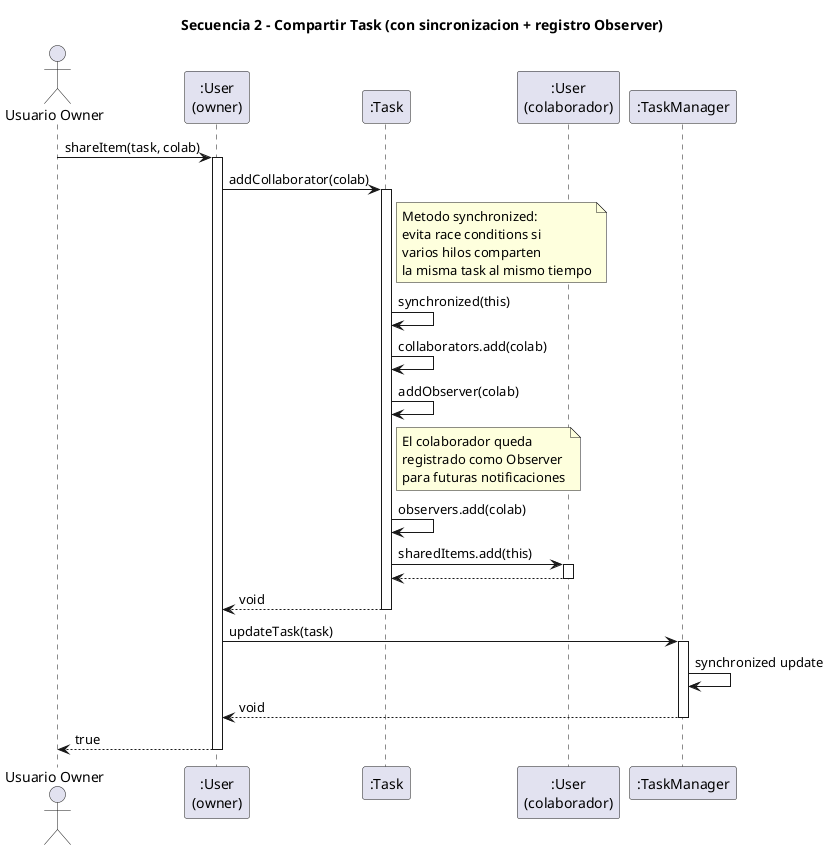
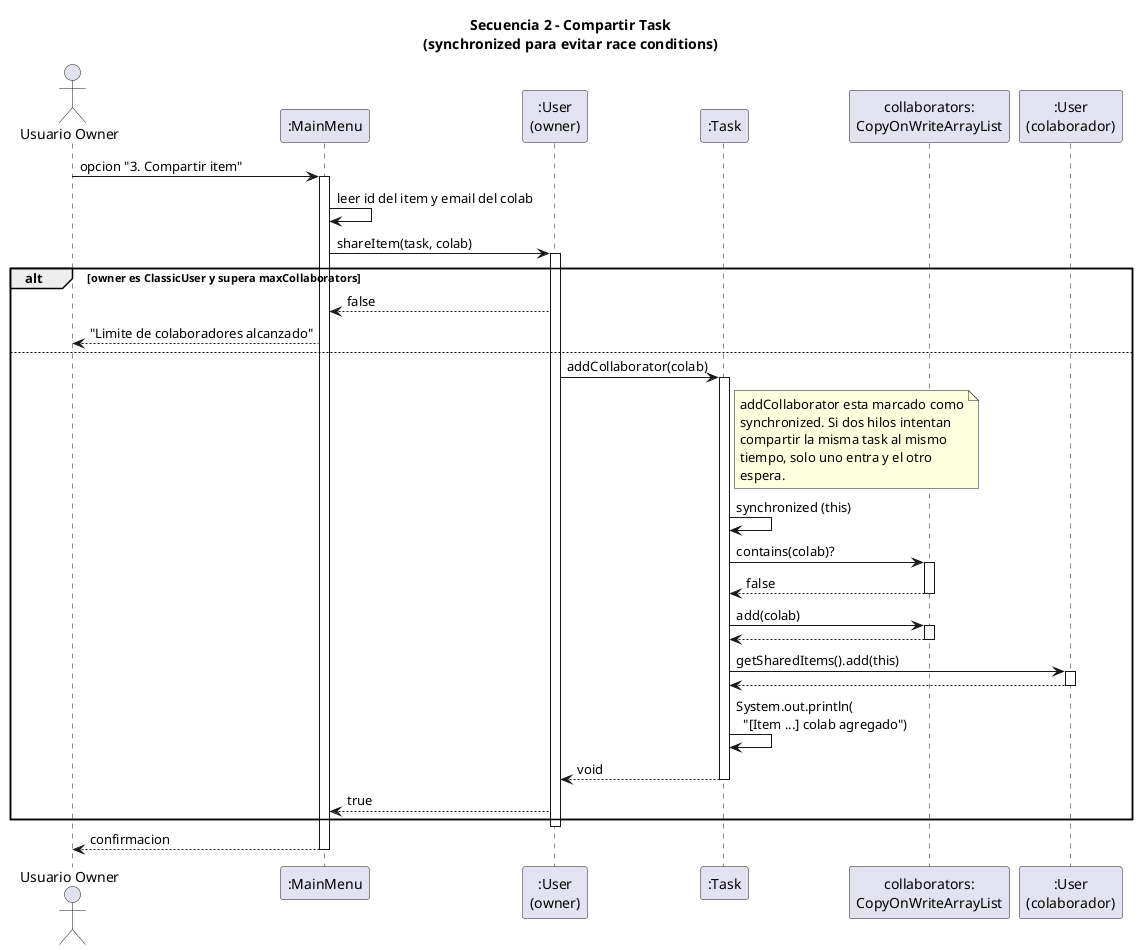
@startuml SecuenciaCompartirTask
- title Secuencia 2 - Compartir Task (con sincronizacion + registro Observer)
+ title Secuencia 2 - Compartir Task\n(synchronized para evitar race conditions)

- actor "Usuario Owner" as U1
+ actor "Usuario Owner" as U
+ participant ":MainMenu" as menu
participant ":User\n(owner)" as owner
participant ":Task" as task
+ participant "collaborators:\nCopyOnWriteArrayList" as list
participant ":User\n(colaborador)" as colab
- participant ":TaskManager" as manager

- U1 -> owner : shareItem(task, colab)
+ U -> menu : opcion "3. Compartir item"
+ activate menu
+ menu -> menu : leer id del item y email del colab
+ 
+ menu -> owner : shareItem(task, colab)
activate owner

- owner -> task : addCollaborator(colab)
- activate task
- note right of task
-   Metodo synchronized:
-   evita race conditions si
-   varios hilos comparten
-   la misma task al mismo tiempo
- end note
+ alt owner es ClassicUser y supera maxCollaborators
+   owner --> menu : false
+   menu --> U : "Limite de colaboradores alcanzado"
+ else
+   owner -> task : addCollaborator(colab)
+   activate task
+   note right of task
+     addCollaborator esta marcado como
+     synchronized. Si dos hilos intentan
+     compartir la misma task al mismo
+     tiempo, solo uno entra y el otro
+     espera.
+   end note

- task -> task : synchronized(this)
- task -> task : collaborators.add(colab)
+   task -> task : synchronized (this)

- task -> task : addObserver(colab)
- note right of task
-   El colaborador queda
-   registrado como Observer
-   para futuras notificaciones
- end note
- task -> task : observers.add(colab)
+   task -> list : contains(colab)?
+   activate list
+   list --> task : false
+   deactivate list

- task -> colab : sharedItems.add(this)
- activate colab
- colab --> task
- deactivate colab
+   task -> list : add(colab)
+   activate list
+   list --> task
+   deactivate list

- task --> owner : void
- deactivate task
+   task -> colab : getSharedItems().add(this)
+   activate colab
+   colab --> task
+   deactivate colab

- owner -> manager : updateTask(task)
- activate manager
- manager -> manager : synchronized update
- manager --> owner : void
- deactivate manager
+   task -> task : System.out.println(\n  "[Item ...] colab agregado")

- owner --> U1 : true
+   task --> owner : void
+   deactivate task
+ 
+   owner --> menu : true
+ end
deactivate owner

+ menu --> U : confirmacion
+ deactivate menu
+ 
@enduml
